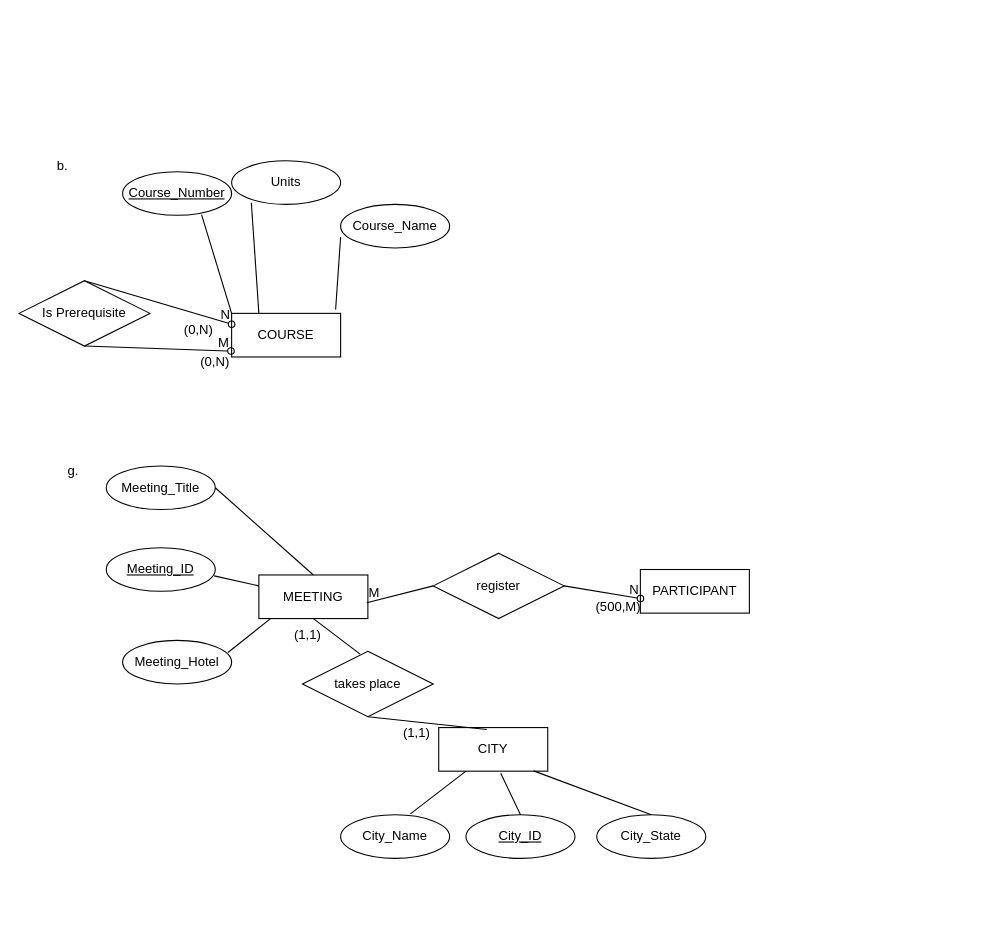
Above: DB_HW2.drawio in tp12356twNccu/Database_NCCU (draw.io), before the change. Source tidied: cells renumbered, new cells numbered last; positions are measured from the earlier drawing's top-left corner, leaving out a move shared by most shapes. Both pictures are drawn from the tidied source at 109%, with x=0, y=0 at pixel (19, 149).
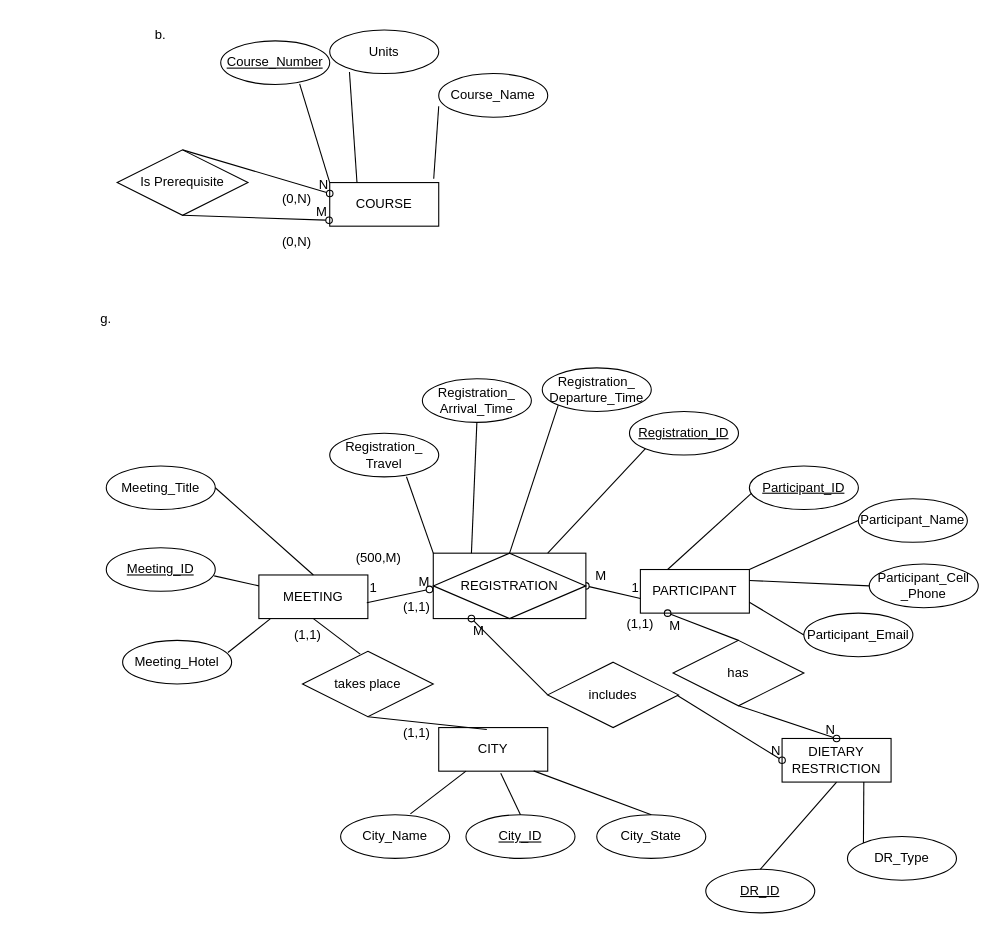
Above is the later version.

Commit message:
Question g completed

Unchanged cells that the change refers to:
```xml
<mxCell id="16" value="MEETING" style="whiteSpace=wrap;html=1;align=center;" parent="1" vertex="1">
  <mxGeometry x="220" y="390" width="100" height="40" as="geometry" />
</mxCell>
<mxCell id="17" value="PARTICIPANT" style="whiteSpace=wrap;html=1;align=center;" parent="1" vertex="1">
  <mxGeometry x="570" y="385" width="100" height="40" as="geometry" />
</mxCell>
```

Diff of the diagram source:
```diff
@@
     <mxCell id="2" value="COURSE" style="whiteSpace=wrap;html=1;align=center;" parent="1" vertex="1">
-      <mxGeometry x="195" y="150" width="100" height="40" as="geometry" />
+      <mxGeometry x="285" y="30" width="100" height="40" as="geometry" />
     </mxCell>
     <mxCell id="3" value="Course_Number" style="ellipse;whiteSpace=wrap;html=1;align=center;fontStyle=4;" parent="1" vertex="1">
-      <mxGeometry x="95" y="20" width="100" height="40" as="geometry" />
+      <mxGeometry x="185" y="-100" width="100" height="40" as="geometry" />
     </mxCell>
     <mxCell id="4" value="Course_Name" style="ellipse;whiteSpace=wrap;html=1;align=center;" parent="1" vertex="1">
-      <mxGeometry x="295" y="50" width="100" height="40" as="geometry" />
+      <mxGeometry x="385" y="-70" width="100" height="40" as="geometry" />
     </mxCell>
@@
     <mxCell id="7" value="Units" style="ellipse;whiteSpace=wrap;html=1;align=center;" parent="1" vertex="1">
-      <mxGeometry x="195" y="10" width="100" height="40" as="geometry" />
+      <mxGeometry x="285" y="-110" width="100" height="40" as="geometry" />
     </mxCell>
@@
     <mxCell id="9" value="Is Prerequisite" style="shape=rhombus;perimeter=rhombusPerimeter;whiteSpace=wrap;html=1;align=center;" parent="1" vertex="1">
-      <mxGeometry y="120" width="120" height="60" as="geometry" />
+      <mxGeometry x="90" width="120" height="60" as="geometry" />
     </mxCell>
@@
     <mxCell id="14" value="b." style="text;html=1;align=center;verticalAlign=middle;whiteSpace=wrap;rounded=0;" parent="1" vertex="1">
-      <mxGeometry x="10" width="60" height="30" as="geometry" />
+      <mxGeometry x="100" y="-120" width="60" height="30" as="geometry" />
     </mxCell>
     <mxCell id="15" value="g." style="text;html=1;align=center;verticalAlign=middle;whiteSpace=wrap;rounded=0;" parent="1" vertex="1">
-      <mxGeometry x="20" y="280" width="60" height="30" as="geometry" />
+      <mxGeometry x="50" y="140" width="60" height="30" as="geometry" />
     </mxCell>
@@
     <mxCell id="19" value="(0,N)" style="text;html=1;align=center;verticalAlign=middle;whiteSpace=wrap;rounded=0;" parent="1" vertex="1">
-      <mxGeometry x="150" y="180" width="60" height="30" as="geometry" />
+      <mxGeometry x="225" y="70" width="60" height="30" as="geometry" />
     </mxCell>
     <mxCell id="20" value="(0,N)" style="text;html=1;align=center;verticalAlign=middle;whiteSpace=wrap;rounded=0;" parent="1" vertex="1">
-      <mxGeometry x="135" y="150" width="60" height="30" as="geometry" />
+      <mxGeometry x="225" y="30" width="60" height="30" as="geometry" />
     </mxCell>
@@
-    <mxCell id="26" style="endArrow=oval;html=1;rounded=0;exitX=1;exitY=0.5;exitDx=0;exitDy=0;entryX=0.001;entryY=0.664;entryDx=0;entryDy=0;entryPerimeter=0;endFill=0;" parent="1" edge="1" source="30" target="17">
+    <mxCell id="26" style="endArrow=none;html=1;rounded=0;exitX=1;exitY=0.5;exitDx=0;exitDy=0;entryX=0.001;entryY=0.664;entryDx=0;entryDy=0;entryPerimeter=0;endFill=0;startArrow=oval;startFill=0;" parent="1" edge="1" source="52" target="17">
       <mxGeometry relative="1" as="geometry" />
     </mxCell>
-    <mxCell id="27" value="N" style="html=1;whiteSpace=wrap;align=right;verticalAlign=bottom;" parent="26" vertex="1">
-      <mxGeometry x="1" relative="1" as="geometry" />
+    <mxCell id="27" value="M" style="html=1;whiteSpace=wrap;align=right;verticalAlign=bottom;" parent="26" vertex="1">
+      <mxGeometry x="1" relative="1" as="geometry">
+        <mxPoint x="-30" y="-12" as="offset" />
+      </mxGeometry>
     </mxCell>
-    <mxCell id="28" style="endArrow=none;html=1;rounded=0;exitX=0.99;exitY=0.636;exitDx=0;exitDy=0;exitPerimeter=0;entryX=0;entryY=0.5;entryDx=0;entryDy=0;" parent="1" edge="1" source="16" target="30">
+    <mxCell id="28" style="endArrow=oval;html=1;rounded=0;exitX=0.99;exitY=0.636;exitDx=0;exitDy=0;exitPerimeter=0;entryX=-0.025;entryY=0.554;entryDx=0;entryDy=0;entryPerimeter=0;endFill=0;" parent="1" edge="1" source="16" target="52">
       <mxGeometry relative="1" as="geometry" />
     </mxCell>
     <mxCell id="29" value="M" style="html=1;whiteSpace=wrap;align=left;verticalAlign=bottom;" parent="28" vertex="1">
-      <mxGeometry x="-1" relative="1" as="geometry" />
+      <mxGeometry x="-1" relative="1" as="geometry">
+        <mxPoint x="46" y="-10" as="offset" />
+      </mxGeometry>
     </mxCell>
-    <mxCell id="30" value="register" style="shape=rhombus;perimeter=rhombusPerimeter;whiteSpace=wrap;html=1;align=center;" parent="1" vertex="1">
-      <mxGeometry x="380" y="370" width="120" height="60" as="geometry" />
-    </mxCell>
     <mxCell id="31" value="(500,M)" style="text;html=1;align=center;verticalAlign=middle;whiteSpace=wrap;rounded=0;" parent="1" vertex="1">
-      <mxGeometry x="520" y="405" width="60" height="30" as="geometry" />
+      <mxGeometry x="300" y="360" width="60" height="30" as="geometry" />
     </mxCell>
@@
+    <mxCell id="44" value="Participant_Name" style="ellipse;whiteSpace=wrap;html=1;align=center;" parent="1" vertex="1">
+      <mxGeometry x="770" y="320" width="100" height="40" as="geometry" />
+    </mxCell>
+    <mxCell id="45" value="Participant_ID" style="ellipse;whiteSpace=wrap;html=1;align=center;fontStyle=4;" parent="1" vertex="1">
+      <mxGeometry x="670" y="290" width="100" height="40" as="geometry" />
+    </mxCell>
+    <mxCell id="46" style="endArrow=none;html=1;rounded=0;entryX=0.021;entryY=0.622;entryDx=0;entryDy=0;entryPerimeter=0;exitX=0.25;exitY=0;exitDx=0;exitDy=0;" parent="1" edge="1" source="17" target="45">
+      <mxGeometry relative="1" as="geometry" />
+    </mxCell>
+    <mxCell id="47" value="Participant_Cell _Phone" style="ellipse;whiteSpace=wrap;html=1;align=center;" parent="1" vertex="1">
+      <mxGeometry x="780" y="380" width="100" height="40" as="geometry" />
+    </mxCell>
+    <mxCell id="48" value="Participant_Email" style="ellipse;whiteSpace=wrap;html=1;align=center;" parent="1" vertex="1">
+      <mxGeometry x="720" y="425" width="100" height="40" as="geometry" />
+    </mxCell>
+    <mxCell id="49" style="endArrow=none;html=1;rounded=0;entryX=0;entryY=0.5;entryDx=0;entryDy=0;exitX=1;exitY=0;exitDx=0;exitDy=0;" parent="1" edge="1" source="17" target="44">
+      <mxGeometry relative="1" as="geometry" />
+    </mxCell>
+    <mxCell id="50" style="endArrow=none;html=1;rounded=0;entryX=0;entryY=0.5;entryDx=0;entryDy=0;exitX=1;exitY=0.25;exitDx=0;exitDy=0;" parent="1" edge="1" source="17" target="47">
+      <mxGeometry relative="1" as="geometry" />
+    </mxCell>
+    <mxCell id="51" style="endArrow=none;html=1;rounded=0;entryX=0;entryY=0.5;entryDx=0;entryDy=0;exitX=1;exitY=0.75;exitDx=0;exitDy=0;" parent="1" edge="1" source="17" target="48">
+      <mxGeometry relative="1" as="geometry" />
+    </mxCell>
+    <mxCell id="52" value="REGISTRATION" style="shape=associativeEntity;whiteSpace=wrap;html=1;align=center;" parent="1" vertex="1">
+      <mxGeometry x="380" y="370" width="140" height="60" as="geometry" />
+    </mxCell>
+    <mxCell id="53" value="Registration_ID" style="ellipse;whiteSpace=wrap;html=1;align=center;fontStyle=4;" parent="1" vertex="1">
+      <mxGeometry x="560" y="240" width="100" height="40" as="geometry" />
+    </mxCell>
+    <mxCell id="54" value="Registration_&lt;div&gt;Travel&lt;/div&gt;" style="ellipse;whiteSpace=wrap;html=1;align=center;" parent="1" vertex="1">
+      <mxGeometry x="285" y="260" width="100" height="40" as="geometry" />
+    </mxCell>
+    <mxCell id="55" value="Registration_&lt;div&gt;Arrival_Time&lt;/div&gt;" style="ellipse;whiteSpace=wrap;html=1;align=center;" parent="1" vertex="1">
+      <mxGeometry x="370" y="210" width="100" height="40" as="geometry" />
+    </mxCell>
+    <mxCell id="56" value="Registration_&lt;div&gt;Departure_Time&lt;/div&gt;" style="ellipse;whiteSpace=wrap;html=1;align=center;" parent="1" vertex="1">
+      <mxGeometry x="480" y="200" width="100" height="40" as="geometry" />
+    </mxCell>
+    <mxCell id="57" style="endArrow=none;html=1;rounded=0;exitX=0.704;exitY=0.997;exitDx=0;exitDy=0;exitPerimeter=0;entryX=0;entryY=0;entryDx=0;entryDy=0;" parent="1" edge="1" source="54" target="52">
+      <mxGeometry relative="1" as="geometry" />
+    </mxCell>
+    <mxCell id="58" style="endArrow=none;html=1;rounded=0;exitX=0.5;exitY=1;exitDx=0;exitDy=0;entryX=0.25;entryY=0;entryDx=0;entryDy=0;" parent="1" edge="1" source="55" target="52">
+      <mxGeometry relative="1" as="geometry" />
+    </mxCell>
+    <mxCell id="59" style="endArrow=none;html=1;rounded=0;exitX=0;exitY=1;exitDx=0;exitDy=0;entryX=0.5;entryY=0;entryDx=0;entryDy=0;" parent="1" edge="1" source="56" target="52">
+      <mxGeometry relative="1" as="geometry" />
+    </mxCell>
+    <mxCell id="60" style="endArrow=none;html=1;rounded=0;entryX=0;entryY=1;entryDx=0;entryDy=0;exitX=0.75;exitY=0;exitDx=0;exitDy=0;" parent="1" edge="1" source="52" target="53">
+      <mxGeometry relative="1" as="geometry" />
+    </mxCell>
+    <mxCell id="61" value="1" style="html=1;whiteSpace=wrap;align=left;verticalAlign=bottom;rotation=0;direction=west;" parent="1" vertex="1">
+      <mxGeometry x="320" y="410" as="geometry" />
+    </mxCell>
+    <mxCell id="62" value="1" style="html=1;whiteSpace=wrap;align=right;verticalAlign=bottom;" parent="1" vertex="1">
+      <mxGeometry x="570" y="410" as="geometry" />
+    </mxCell>
+    <mxCell id="63" value="(1,1)" style="text;html=1;align=center;verticalAlign=middle;whiteSpace=wrap;rounded=0;" parent="1" vertex="1">
+      <mxGeometry x="335" y="405" width="60" height="30" as="geometry" />
+    </mxCell>
+    <mxCell id="64" value="(1,1)" style="text;html=1;align=center;verticalAlign=middle;whiteSpace=wrap;rounded=0;" parent="1" vertex="1">
+      <mxGeometry x="540" y="420" width="60" height="30" as="geometry" />
+    </mxCell>
+    <mxCell id="65" value="DIETARY RESTRICTION" style="whiteSpace=wrap;html=1;align=center;" parent="1" vertex="1">
+      <mxGeometry x="700" y="540" width="100" height="40" as="geometry" />
+    </mxCell>
+    <mxCell id="66" value="DR_ID" style="ellipse;whiteSpace=wrap;html=1;align=center;fontStyle=4;" parent="1" vertex="1">
+      <mxGeometry x="630" y="660" width="100" height="40" as="geometry" />
+    </mxCell>
+    <mxCell id="67" value="DR_Type" style="ellipse;whiteSpace=wrap;html=1;align=center;" parent="1" vertex="1">
+      <mxGeometry x="760" y="630" width="100" height="40" as="geometry" />
+    </mxCell>
+    <mxCell id="68" style="endArrow=none;html=1;rounded=0;entryX=0.5;entryY=0;entryDx=0;entryDy=0;exitX=0.5;exitY=1;exitDx=0;exitDy=0;" parent="1" edge="1" source="65" target="66">
+      <mxGeometry relative="1" as="geometry" />
+    </mxCell>
+    <mxCell id="69" style="endArrow=none;html=1;rounded=0;entryX=0;entryY=0;entryDx=0;entryDy=0;exitX=0.75;exitY=1;exitDx=0;exitDy=0;" parent="1" edge="1" source="65" target="67">
+      <mxGeometry relative="1" as="geometry" />
+    </mxCell>
+    <mxCell id="70" style="endArrow=oval;html=1;rounded=0;entryX=0;entryY=0.5;entryDx=0;entryDy=0;exitX=0.961;exitY=0.472;exitDx=0;exitDy=0;startArrow=none;startFill=0;endFill=0;exitPerimeter=0;" parent="1" edge="1" source="74" target="65">
+      <mxGeometry relative="1" as="geometry" />
+    </mxCell>
+    <mxCell id="71" value="N" style="html=1;whiteSpace=wrap;align=right;verticalAlign=bottom;" parent="70" vertex="1">
+      <mxGeometry x="1" relative="1" as="geometry" />
+    </mxCell>
+    <mxCell id="72" style="endArrow=none;html=1;rounded=0;entryX=0;entryY=0.5;entryDx=0;entryDy=0;exitX=0.25;exitY=1;exitDx=0;exitDy=0;startArrow=oval;startFill=0;endFill=0;" parent="1" edge="1" source="52" target="74">
+      <mxGeometry relative="1" as="geometry" />
+    </mxCell>
+    <mxCell id="73" value="M" style="html=1;whiteSpace=wrap;align=left;verticalAlign=bottom;" parent="72" vertex="1">
+      <mxGeometry x="-1" relative="1" as="geometry">
+        <mxPoint y="20" as="offset" />
+      </mxGeometry>
+    </mxCell>
+    <mxCell id="74" value="includes" style="shape=rhombus;perimeter=rhombusPerimeter;whiteSpace=wrap;html=1;align=center;" parent="1" vertex="1">
+      <mxGeometry x="485" y="470" width="120" height="60" as="geometry" />
+    </mxCell>
+    <mxCell id="75" style="endArrow=oval;html=1;rounded=0;entryX=0.5;entryY=0;entryDx=0;entryDy=0;exitX=0.5;exitY=1;exitDx=0;exitDy=0;startArrow=none;startFill=0;endFill=0;" parent="1" edge="1" source="79" target="65">
+      <mxGeometry relative="1" as="geometry" />
+    </mxCell>
+    <mxCell id="76" value="N" style="html=1;whiteSpace=wrap;align=right;verticalAlign=bottom;" parent="75" vertex="1">
+      <mxGeometry x="1" relative="1" as="geometry" />
+    </mxCell>
+    <mxCell id="77" style="endArrow=none;html=1;rounded=0;entryX=0.5;entryY=0;entryDx=0;entryDy=0;exitX=0.25;exitY=1;exitDx=0;exitDy=0;startArrow=oval;startFill=0;endFill=0;" parent="1" edge="1" source="17" target="79">
+      <mxGeometry relative="1" as="geometry" />
+    </mxCell>
+    <mxCell id="78" value="M" style="html=1;whiteSpace=wrap;align=left;verticalAlign=bottom;" parent="77" vertex="1">
+      <mxGeometry x="-1" relative="1" as="geometry">
+        <mxPoint y="20" as="offset" />
+      </mxGeometry>
+    </mxCell>
+    <mxCell id="79" value="has" style="shape=rhombus;perimeter=rhombusPerimeter;whiteSpace=wrap;html=1;align=center;" parent="1" vertex="1">
+      <mxGeometry x="600" y="450" width="120" height="60" as="geometry" />
+    </mxCell>
```
